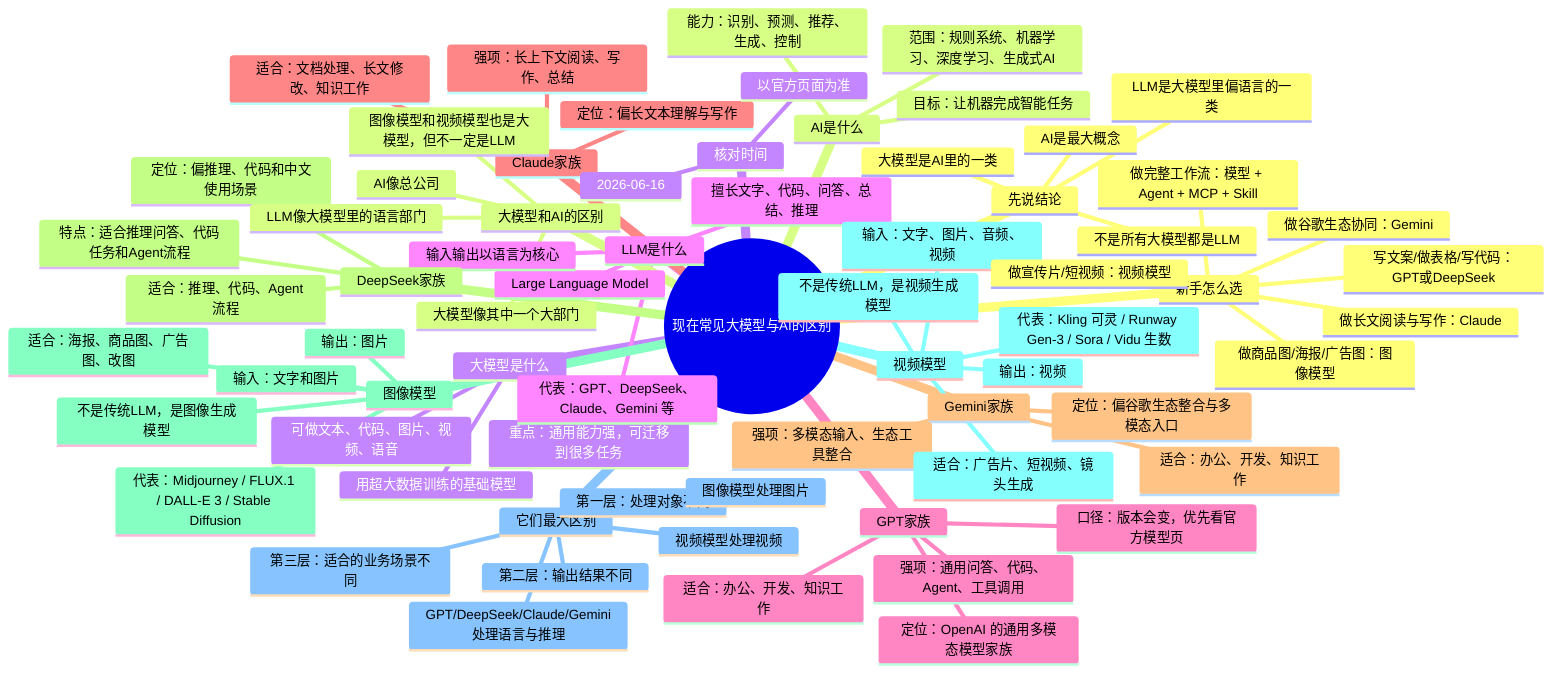
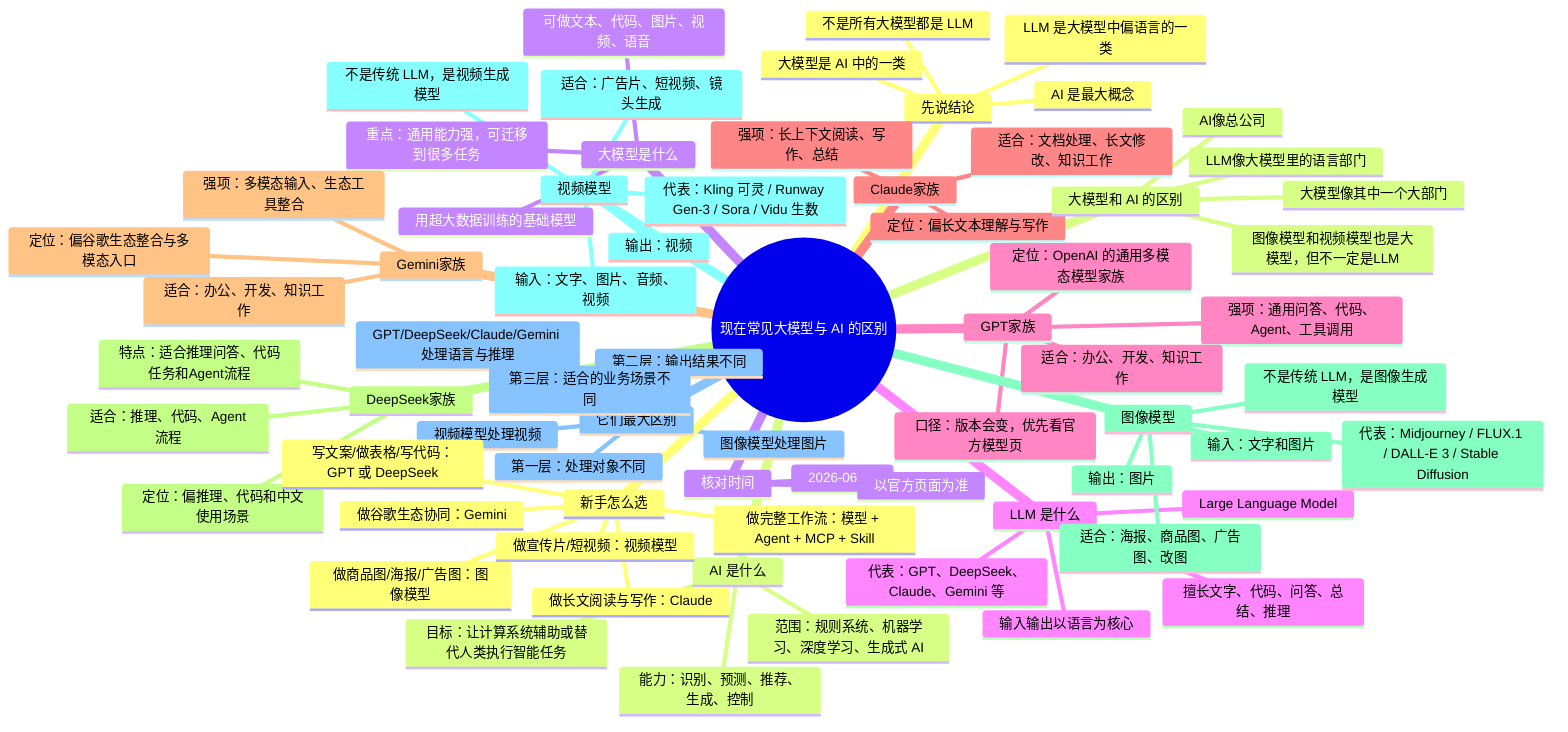
mindmap
-   root((现在常见大模型与AI的区别))
+   root((现在常见大模型与 AI 的区别))
    先说结论
-       AI是最大概念
-       大模型是AI里的一类
-       LLM是大模型里偏语言的一类
-       不是所有大模型都是LLM
-     AI是什么
-       目标：让机器完成智能任务
-       范围：规则系统、机器学习、深度学习、生成式AI
+       AI 是最大概念
+       大模型是 AI 中的一类
+       LLM 是大模型中偏语言的一类
+       不是所有大模型都是 LLM
+     AI 是什么
+       目标：让计算系统辅助或替代人类执行智能任务
+       范围：规则系统、机器学习、深度学习、生成式 AI
      能力：识别、预测、推荐、生成、控制
    大模型是什么
      用超大数据训练的基础模型
      可做文本、代码、图片、视频、语音
      重点：通用能力强，可迁移到很多任务
-     LLM是什么
+     LLM 是什么
      Large Language Model
      擅长文字、代码、问答、总结、推理
      代表：GPT、DeepSeek、Claude、Gemini 等
      输入输出以语言为核心
    GPT家族
      定位：OpenAI 的通用多模态模型家族
      强项：通用问答、代码、Agent、工具调用
      适合：办公、开发、知识工作
      口径：版本会变，优先看官方模型页
    Claude家族
      定位：偏长文本理解与写作
      强项：长上下文阅读、写作、总结
      适合：文档处理、长文修改、知识工作
    Gemini家族
      定位：偏谷歌生态整合与多模态入口
      强项：多模态输入、生态工具整合
      适合：办公、开发、知识工作
    DeepSeek家族
      定位：偏推理、代码和中文使用场景
      特点：适合推理问答、代码任务和Agent流程
      适合：推理、代码、Agent流程
    图像模型
      代表：Midjourney / FLUX.1 / DALL-E 3 / Stable Diffusion
-       不是传统LLM，是图像生成模型
+       不是传统 LLM，是图像生成模型
      输入：文字和图片
      输出：图片
      适合：海报、商品图、广告图、改图
    视频模型
      代表：Kling 可灵 / Runway Gen-3 / Sora / Vidu 生数
-       不是传统LLM，是视频生成模型
+       不是传统 LLM，是视频生成模型
      输入：文字、图片、音频、视频
      输出：视频
      适合：广告片、短视频、镜头生成
    它们最大区别
      第一层：处理对象不同
-       GPT/DeepSeek/Claude/Gemini处理语言与推理
+       GPT/DeepSeek/Claude/Gemini 处理语言与推理
      图像模型处理图片
      视频模型处理视频
      第二层：输出结果不同
      第三层：适合的业务场景不同
    新手怎么选
-       写文案/做表格/写代码：GPT或DeepSeek
+       写文案/做表格/写代码：GPT 或 DeepSeek
      做长文阅读与写作：Claude
      做谷歌生态协同：Gemini
      做商品图/海报/广告图：图像模型
      做宣传片/短视频：视频模型
      做完整工作流：模型 + Agent + MCP + Skill
-     大模型和AI的区别
+     大模型和 AI 的区别
      AI像总公司
      大模型像其中一个大部门
      LLM像大模型里的语言部门
      图像模型和视频模型也是大模型，但不一定是LLM
    核对时间
      2026-06-16
      以官方页面为准
